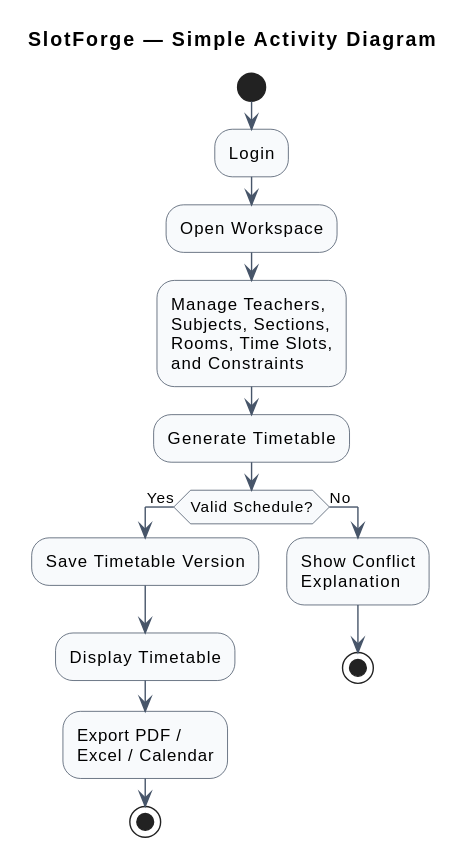
Earlier version of the PlantUML export docs/uml/v2/activity-diagram.svg (revanthlol/SlotForge). Its diagram source:
```plantuml
@startuml
title SlotForge — Simple Activity Diagram

skinparam shadowing false
skinparam linetype ortho
skinparam ArrowColor #475569
skinparam activity {
  BackgroundColor #F8FAFC
  BorderColor #334155
}

start

:Login;

:Open Workspace;

:Manage Teachers,
Subjects, Sections,
Rooms, Time Slots,
and Constraints;

:Generate Timetable;

if (Valid Schedule?) then (Yes)

:Save Timetable Version;

:Display Timetable;

:Export PDF /
Excel / Calendar;

stop

else (No)

:Show Conflict
Explanation;

stop

endif
@enduml
```
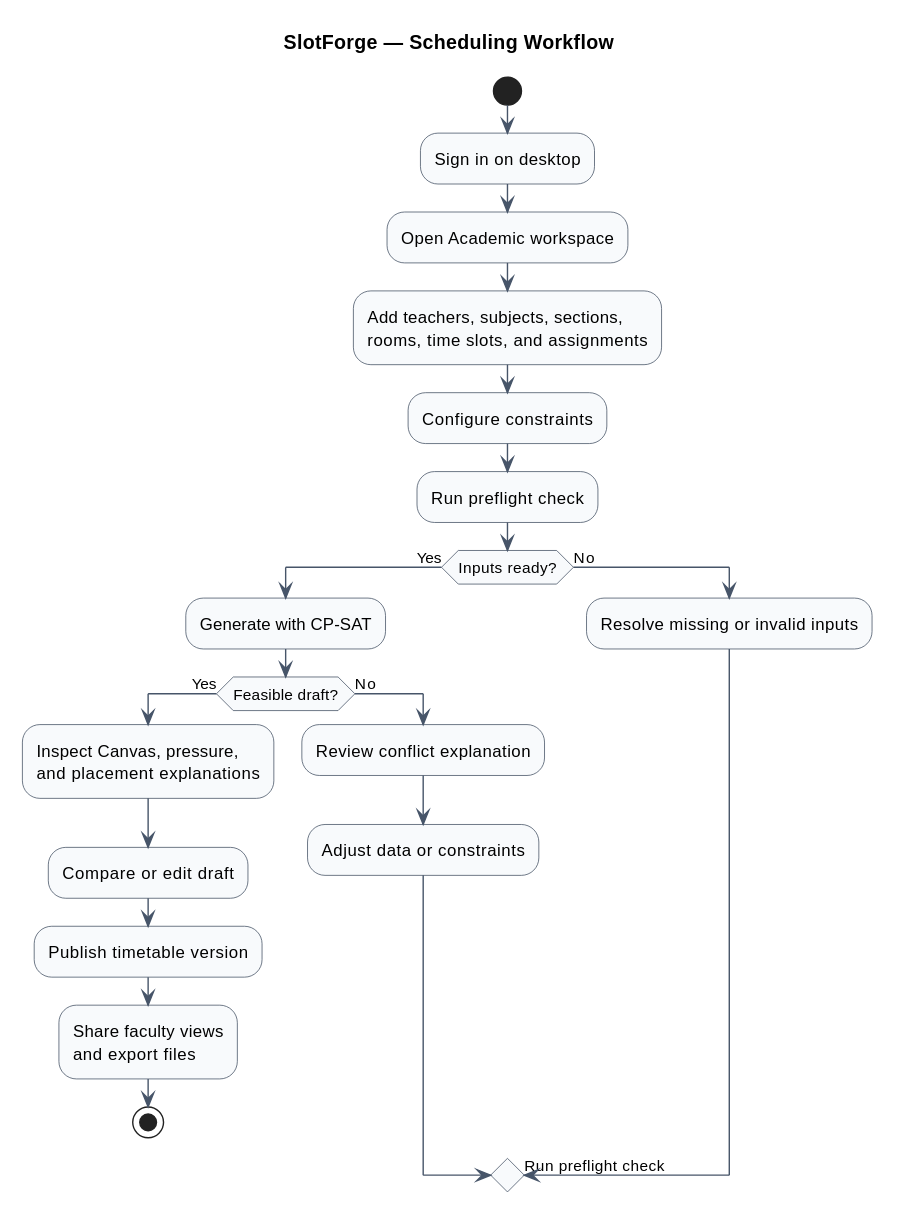
The same diagram one commit later.

Diff of the diagram source:
```diff
@@ -1,6 +1,5 @@
 @startuml
-title SlotForge — Simple Activity Diagram
-
+title SlotForge — Scheduling Workflow
 skinparam shadowing false
 skinparam linetype ortho
 skinparam ArrowColor #475569
@@ -10,35 +9,26 @@
 }
 
 start
-
-:Login;
-
-:Open Workspace;
-
-:Manage Teachers,
-Subjects, Sections,
-Rooms, Time Slots,
-and Constraints;
-
-:Generate Timetable;
-
-if (Valid Schedule?) then (Yes)
-
-:Save Timetable Version;
-
-:Display Timetable;
-
-:Export PDF /
-Excel / Calendar;
-
-stop
-
+:Sign in on desktop;
+:Open Academic workspace;
+:Add teachers, subjects, sections,\nrooms, time slots, and assignments;
+:Configure constraints;
+:Run preflight check;
+if (Inputs ready?) then (Yes)
+  :Generate with CP-SAT;
+  if (Feasible draft?) then (Yes)
+    :Inspect Canvas, pressure,\nand placement explanations;
+    :Compare or edit draft;
+    :Publish timetable version;
+    :Share faculty views\nand export files;
+    stop
+  else (No)
+    :Review conflict explanation;
+    :Adjust data or constraints;
+    -> Run preflight check;
+  endif
 else (No)
-
-:Show Conflict
-Explanation;
-
-stop
-
+  :Resolve missing or invalid inputs;
+  -> Run preflight check;
 endif
 @enduml
```
